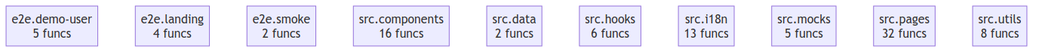
This is project/compact_flow.png from oqlos/www, a Mermaid export, as it was before one commit. Its source is kept beside it as project/compact_flow.mmd.
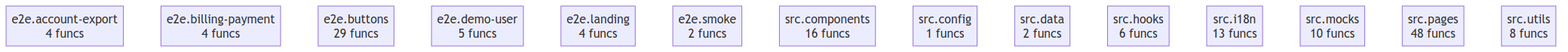
The same diagram one commit later.

What changed in the source:
```diff
@@ -1,11 +1,15 @@
 flowchart TD
+    e2e__account_export["e2e.account-export<br/>4 funcs"]
+    e2e__billing_payment["e2e.billing-payment<br/>4 funcs"]
+    e2e__buttons["e2e.buttons<br/>29 funcs"]
     e2e__demo_user["e2e.demo-user<br/>5 funcs"]
     e2e__landing["e2e.landing<br/>4 funcs"]
     e2e__smoke["e2e.smoke<br/>2 funcs"]
     src__components["src.components<br/>16 funcs"]
+    src__config["src.config<br/>1 funcs"]
     src__data["src.data<br/>2 funcs"]
     src__hooks["src.hooks<br/>6 funcs"]
     src__i18n["src.i18n<br/>13 funcs"]
-    src__mocks["src.mocks<br/>5 funcs"]
-    src__pages["src.pages<br/>32 funcs"]
+    src__mocks["src.mocks<br/>10 funcs"]
+    src__pages["src.pages<br/>48 funcs"]
     src__utils["src.utils<br/>8 funcs"]
```
